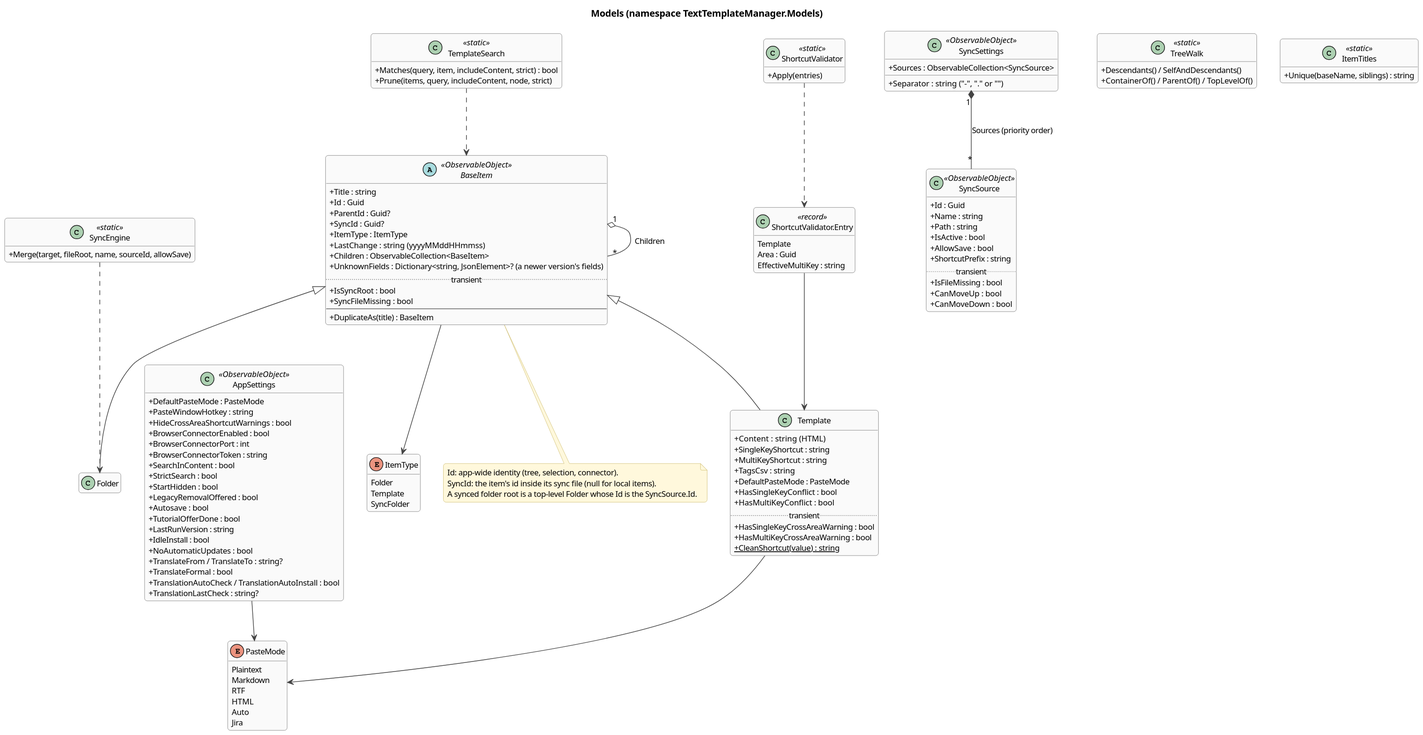
Earlier version of the PlantUML export docs/architecture/diagrams/class-model.svg (halatsWol/TextTemplateManager-v2). Its diagram source:
```plantuml
@startuml
!include _style.iuml
title Models (namespace TextTemplateManager.Models)

abstract class BaseItem <<ObservableObject>> {
  +Title : string
  +Id : Guid
  +ParentId : Guid?
  +SyncId : Guid?
  +ItemType : ItemType
  +LastChange : string  (yyyyMMddHHmmss)
  +Children : ObservableCollection<BaseItem>
  +UnknownFields : Dictionary<string, JsonElement>?  (a newer version's fields)
  ..transient..
  +IsSyncRoot : bool
  +SyncFileMissing : bool
  --
  +DuplicateAs(title) : BaseItem
}
class Folder
class Template {
  +Content : string  (HTML)
  +SingleKeyShortcut : string
  +MultiKeyShortcut : string
  +TagsCsv : string
  +DefaultPasteMode : PasteMode
  +HasSingleKeyConflict : bool
  +HasMultiKeyConflict : bool
  ..transient..
  +HasSingleKeyCrossAreaWarning : bool
  +HasMultiKeyCrossAreaWarning : bool
  +{static} CleanShortcut(value) : string
}
BaseItem <|-- Folder
BaseItem <|-- Template
BaseItem "1" o-- "*" BaseItem : Children

class AppSettings <<ObservableObject>> {
  +DefaultPasteMode : PasteMode
  +PasteWindowHotkey : string
  +HideCrossAreaShortcutWarnings : bool
  +BrowserConnectorEnabled : bool
  +BrowserConnectorPort : int
  +BrowserConnectorToken : string
  +SearchInContent : bool
  +StrictSearch : bool
  +StartHidden : bool
  +LegacyRemovalOffered : bool
  +Autosave : bool
  +TutorialOfferDone : bool
  +LastRunVersion : string
  +IdleInstall : bool
  +NoAutomaticUpdates : bool
  +TranslateFrom / TranslateTo : string?
  +TranslateFormal : bool
  +TranslationAutoCheck / TranslationAutoInstall : bool
  +TranslationLastCheck : string?
}

class SyncSettings <<ObservableObject>> {
  +Sources : ObservableCollection<SyncSource>
  +Separator : string  ("-", "." or "")
}
class SyncSource <<ObservableObject>> {
  +Id : Guid
  +Name : string
  +Path : string
  +IsActive : bool
  +AllowSave : bool
  +ShortcutPrefix : string
  ..transient..
  +IsFileMissing : bool
  +CanMoveUp : bool
  +CanMoveDown : bool
}
SyncSettings "1" *-- "*" SyncSource : Sources (priority order)

enum PasteMode {
  Plaintext
  Markdown
  RTF
  HTML
  Auto
  Jira
}
enum ItemType {
  Folder
  Template
  SyncFolder
}

class SyncEngine <<static>> {
  +Merge(target, fileRoot, name, sourceId, allowSave)
}
class ShortcutValidator <<static>> {
  +Apply(entries)
}
class "ShortcutValidator.Entry" as Entry <<record>> {
  Template
  Area : Guid
  EffectiveMultiKey : string
}
class TemplateSearch <<static>> {
  +Matches(query, item, includeContent, strict) : bool
  +Prune(items, query, includeContent, node, strict)
}
class TreeWalk <<static>> {
  +Descendants() / SelfAndDescendants()
  +ContainerOf() / ParentOf() / TopLevelOf()
}
class ItemTitles <<static>> {
  +Unique(baseName, siblings) : string
}
ShortcutValidator ..> Entry
Entry --> Template
SyncEngine ..> Folder
TemplateSearch ..> BaseItem
Template --> PasteMode
BaseItem --> ItemType
AppSettings --> PasteMode

note bottom of BaseItem
  Id: app-wide identity (tree, selection, connector).
  SyncId: the item's id inside its sync file (null for local items).
  A synced folder root is a top-level Folder whose Id is the SyncSource.Id.
end note
@enduml
```
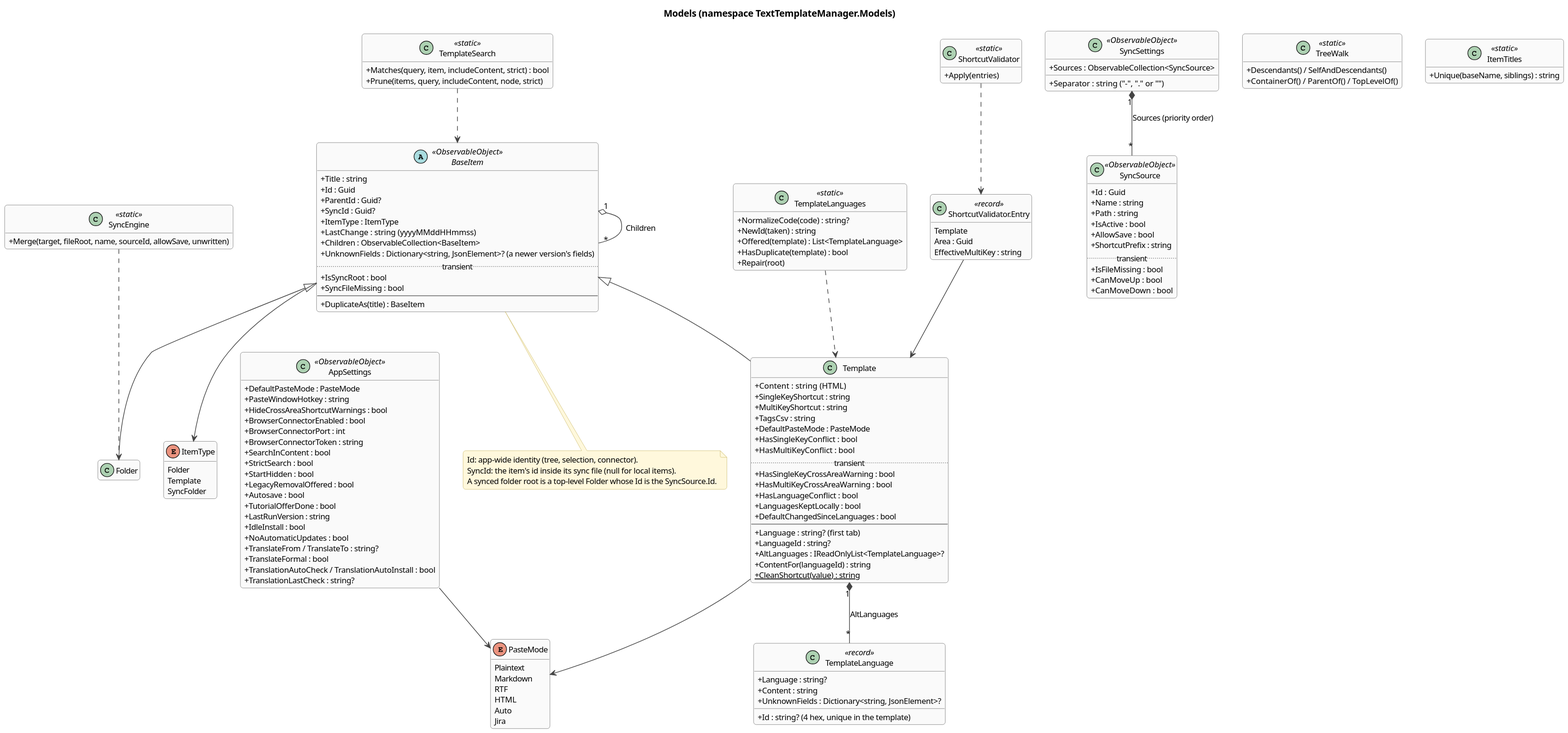
Later version of the same file.

Diff of the diagram source:
```diff
@@ -29,8 +29,31 @@
   ..transient..
   +HasSingleKeyCrossAreaWarning : bool
   +HasMultiKeyCrossAreaWarning : bool
+  +HasLanguageConflict : bool
+  +LanguagesKeptLocally : bool
+  +DefaultChangedSinceLanguages : bool
+  --
+  +Language : string?  (first tab)
+  +LanguageId : string?
+  +AltLanguages : IReadOnlyList<TemplateLanguage>?
+  +ContentFor(languageId) : string
   +{static} CleanShortcut(value) : string
 }
+class TemplateLanguage <<record>> {
+  +Id : string?  (4 hex, unique in the template)
+  +Language : string?
+  +Content : string
+  +UnknownFields : Dictionary<string, JsonElement>?
+}
+class TemplateLanguages <<static>> {
+  +NormalizeCode(code) : string?
+  +NewId(taken) : string
+  +Offered(template) : List<TemplateLanguage>
+  +HasDuplicate(template) : bool
+  +Repair(root)
+}
+Template "1" *-- "*" TemplateLanguage : AltLanguages
+TemplateLanguages ..> Template
 BaseItem <|-- Folder
 BaseItem <|-- Template
 BaseItem "1" o-- "*" BaseItem : Children
@@ -90,7 +113,7 @@
 }
 
 class SyncEngine <<static>> {
-  +Merge(target, fileRoot, name, sourceId, allowSave)
+  +Merge(target, fileRoot, name, sourceId, allowSave, unwritten)
 }
 class ShortcutValidator <<static>> {
   +Apply(entries)
```
